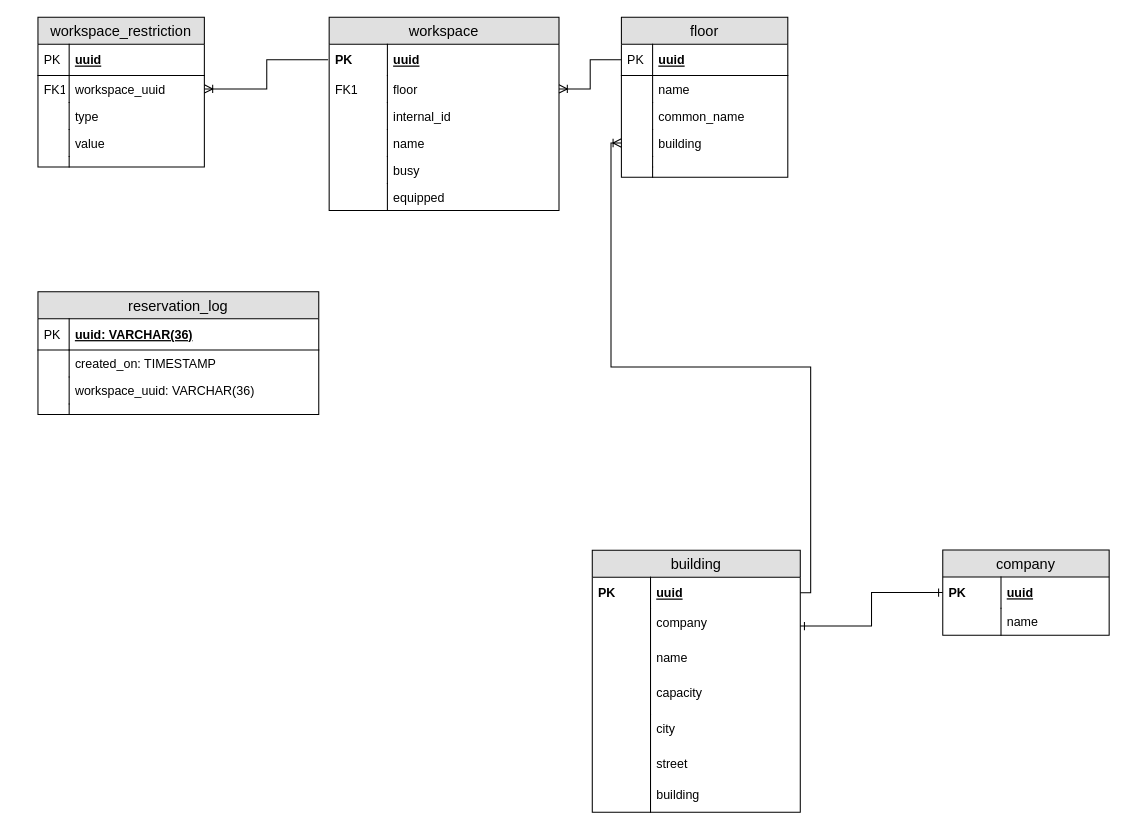
Earlier version of the draw.io diagram workplace-reservation-service-erd.drawio (Hunkizzz/project-zebra-diagrams). Source tidied: cells renumbered, new cells numbered last; positions are measured from the earlier drawing's top-left corner, leaving out a move shared by most shapes. Both pictures are drawn from the tidied source at 104%, with x=0, y=0 at pixel (37, 17).
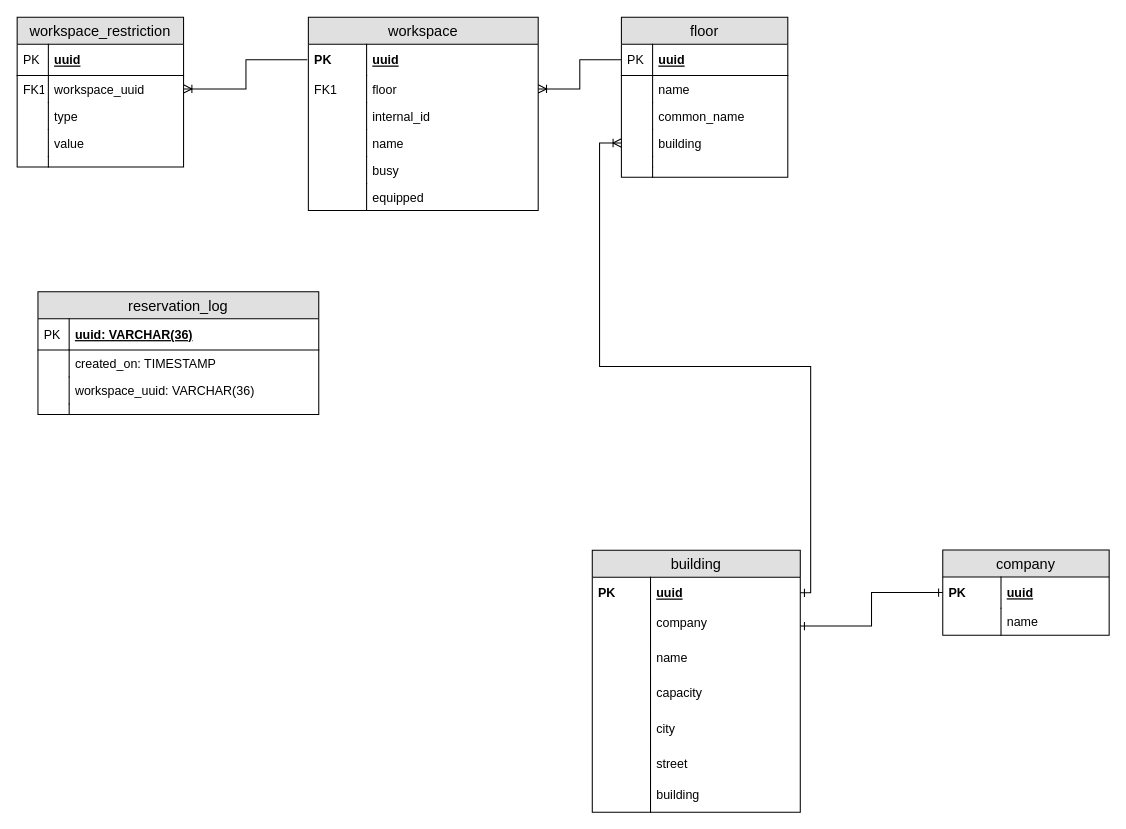
The same page after the edit.

The change refers to these unchanged cells:
```xml
<mxCell id="21" value="uuid" style="shape=partialRectangle;top=0;left=0;right=0;bottom=0;align=left;verticalAlign=middle;fillColor=none;spacingLeft=60;spacingRight=4;overflow=hidden;points=[[0,0.5],[1,0.5]];portConstraint=eastwest;fontStyle=5;fontSize=12;" parent="20" vertex="1">
  <mxGeometry y="26" width="200" height="30" as="geometry" />
</mxCell>
<mxCell id="64" value="building" style="shape=partialRectangle;top=0;left=0;right=0;bottom=0;align=left;verticalAlign=top;fillColor=none;spacingLeft=34;spacingRight=4;overflow=hidden;points=[[0,0.5],[1,0.5]];portConstraint=eastwest;fontSize=12;" parent="57" vertex="1">
  <mxGeometry y="108" width="160" height="26" as="geometry" />
</mxCell>
```

What changed in the source:
```diff
@@
     <mxCell id="7" value="workspace" style="swimlane;fontStyle=0;horizontal=1;startSize=26;fillColor=#e0e0e0;swimlaneFillColor=#ffffff;align=center;fontSize=14;" parent="1" vertex="1">
-      <mxGeometry x="280" width="221" height="186" as="geometry" />
+      <mxGeometry x="260" width="221" height="186" as="geometry" />
     </mxCell>
@@
     <mxCell id="45" value="workspace_restriction" style="swimlane;fontStyle=0;horizontal=1;startSize=26;fillColor=#e0e0e0;swimlaneFillColor=#ffffff;align=center;fontSize=14;" parent="1" vertex="1">
-      <mxGeometry width="160" height="144" as="geometry" />
+      <mxGeometry x="-20" width="160" height="144" as="geometry" />
     </mxCell>
@@
-    <mxCell id="71" style="edgeStyle=orthogonalEdgeStyle;fontSize=12;html=1;endArrow=ERoneToMany;strokeColor=#000000;rounded=0;" parent="1" edge="1" source="21" target="64">
-      <mxGeometry relative="1" as="geometry" />
+    <mxCell id="71" style="edgeStyle=orthogonalEdgeStyle;fontSize=12;html=1;endArrow=ERoneToMany;strokeColor=#000000;rounded=0;startArrow=ERone;startFill=0;" parent="1" edge="1" source="21" target="64">
+      <mxGeometry relative="1" as="geometry">
+        <Array as="points">
+          <mxPoint x="743" y="554" />
+          <mxPoint x="743" y="336" />
+          <mxPoint x="540" y="336" />
+          <mxPoint x="540" y="121" />
+        </Array>
+      </mxGeometry>
     </mxCell>
```
